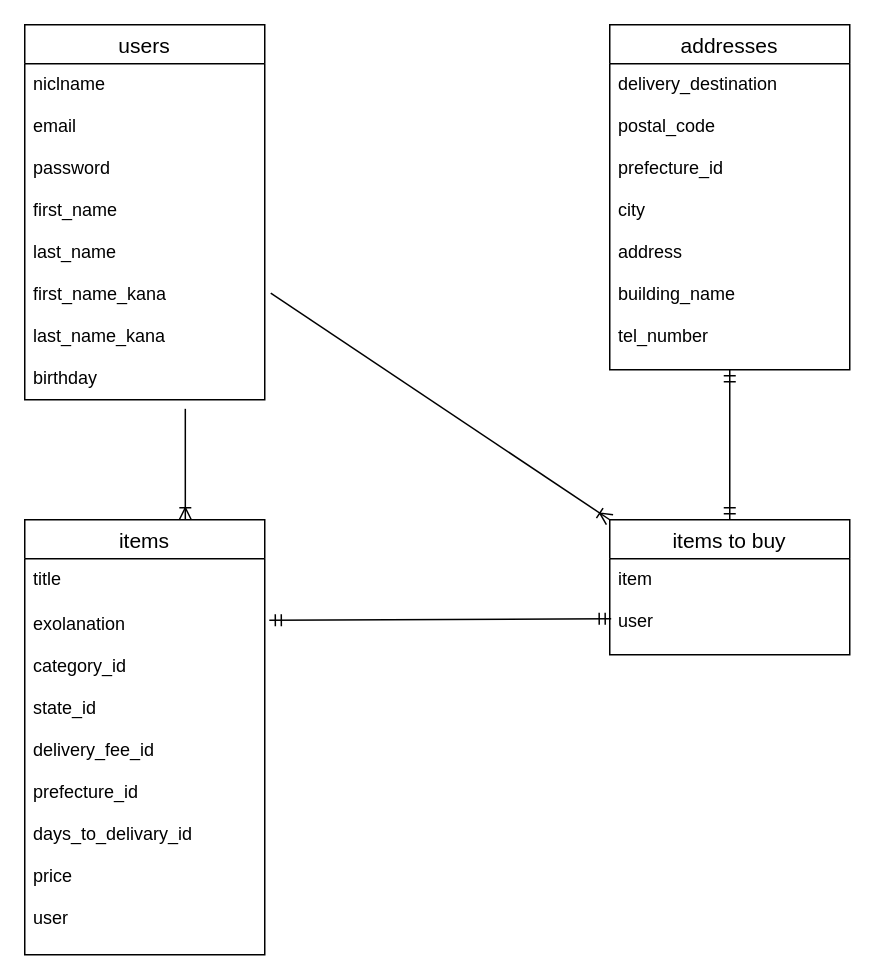
The draw.io diagram er.dio in kblock410/furima-32568, before the edit. Source tidied: cells renumbered, new cells numbered last; positions are measured from the earlier drawing's top-left corner, leaving out a move shared by most shapes. Both pictures are drawn from the tidied source at 150%, with x=0, y=0 at pixel (24, 24).
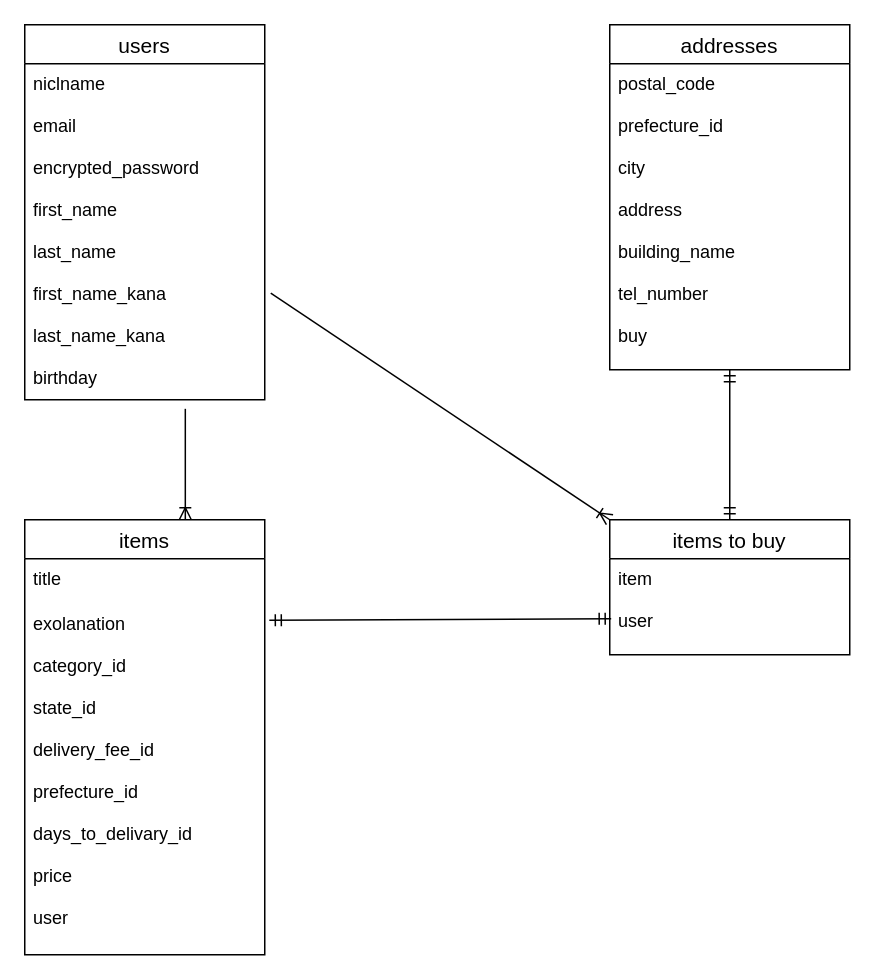
After the change.

Commit message (it also covers changes not shown here):
DB設計:修正２回目

Change to the diagram source:
```diff
@@
 <mxGraphModel>
   <root>
     <mxCell id="0" />
     <mxCell id="1" parent="0" />
     <mxCell id="2" value="users" style="swimlane;fontStyle=0;horizontal=1;startSize=26;align=center;fontSize=14;" parent="1" vertex="1">
       <mxGeometry width="160" height="250" as="geometry" />
     </mxCell>
-    <mxCell id="3" value="niclname&#10;&#10;email&#10;&#10;password&#10;&#10;first_name&#10;&#10;last_name&#10;&#10;first_name_kana&#10;&#10;last_name_kana&#10;&#10;birthday" style="text;strokeColor=none;fillColor=none;spacingLeft=4;spacingRight=4;overflow=hidden;points=[[0,0.5],[1,0.5]];portConstraint=eastwest;fontSize=12;" parent="2" vertex="1">
+    <mxCell id="3" value="niclname&#10;&#10;email&#10;&#10;encrypted_password&#10;&#10;first_name&#10;&#10;last_name&#10;&#10;first_name_kana&#10;&#10;last_name_kana&#10;&#10;birthday" style="text;strokeColor=none;fillColor=none;spacingLeft=4;spacingRight=4;overflow=hidden;points=[[0,0.5],[1,0.5]];portConstraint=eastwest;fontSize=12;" parent="2" vertex="1">
       <mxGeometry y="26" width="160" height="224" as="geometry" />
     </mxCell>
     <mxCell id="4" value="items" style="swimlane;fontStyle=0;horizontal=1;startSize=26;align=center;fontSize=14;" parent="1" vertex="1">
       <mxGeometry y="330" width="160" height="290" as="geometry" />
     </mxCell>
     <mxCell id="5" value="title&#10;&#10;" style="text;strokeColor=none;fillColor=none;spacingLeft=4;spacingRight=4;overflow=hidden;fontSize=12;" parent="4" vertex="1">
       <mxGeometry y="26" width="160" height="30" as="geometry" />
     </mxCell>
     <mxCell id="6" value="exolanation&#10;&#10;category_id&#10;&#10;state_id&#10;&#10;delivery_fee_id&#10;&#10;prefecture_id&#10;&#10;days_to_delivary_id&#10;&#10;price&#10;&#10;user" style="text;strokeColor=none;fillColor=none;spacingLeft=4;spacingRight=4;overflow=hidden;points=[[0,0.5],[1,0.5]];portConstraint=eastwest;fontSize=12;" parent="4" vertex="1">
       <mxGeometry y="56" width="160" height="234" as="geometry" />
     </mxCell>
     <mxCell id="7" value="addresses" style="swimlane;fontStyle=0;horizontal=1;startSize=26;align=center;fontSize=14;" parent="1" vertex="1">
       <mxGeometry x="390" width="160" height="230" as="geometry" />
     </mxCell>
-    <mxCell id="8" value="delivery_destination&#10;&#10;postal_code&#10;&#10;prefecture_id&#10;&#10;city&#10;&#10;address&#10;&#10;building_name&#10;&#10;tel_number&#10;&#10;" style="text;strokeColor=none;fillColor=none;spacingLeft=4;spacingRight=4;overflow=hidden;points=[[0,0.5],[1,0.5]];portConstraint=eastwest;fontSize=12;" parent="7" vertex="1">
+    <mxCell id="8" value="postal_code&#10;&#10;prefecture_id&#10;&#10;city&#10;&#10;address&#10;&#10;building_name&#10;&#10;tel_number&#10;&#10;buy&#10;&#10;" style="text;strokeColor=none;fillColor=none;spacingLeft=4;spacingRight=4;overflow=hidden;points=[[0,0.5],[1,0.5]];portConstraint=eastwest;fontSize=12;" parent="7" vertex="1">
       <mxGeometry y="26" width="160" height="204" as="geometry" />
     </mxCell>
     <mxCell id="9" value="items to buy" style="swimlane;fontStyle=0;horizontal=1;startSize=26;align=center;fontSize=14;" parent="1" vertex="1">
       <mxGeometry x="390" y="330" width="160" height="90" as="geometry" />
     </mxCell>
     <mxCell id="10" value="item&#10;&#10;user" style="text;strokeColor=none;fillColor=none;spacingLeft=4;spacingRight=4;overflow=hidden;points=[[0,0.5],[1,0.5]];portConstraint=eastwest;fontSize=12;" parent="9" vertex="1">
       <mxGeometry y="26" width="160" height="64" as="geometry" />
     </mxCell>
     <mxCell id="11" style="fontSize=12;html=1;endArrow=ERoneToMany;exitX=1.025;exitY=0.683;exitDx=0;exitDy=0;exitPerimeter=0;entryX=0;entryY=0;entryDx=0;entryDy=0;" parent="1" edge="1" source="3" target="9">
       <mxGeometry relative="1" as="geometry" />
     </mxCell>
     <mxCell id="12" style="fontSize=12;html=1;endArrow=ERmandOne;startArrow=ERmandOne;entryX=0.5;entryY=1;entryDx=0;entryDy=0;entryPerimeter=0;exitX=0.5;exitY=0;exitDx=0;exitDy=0;" parent="1" edge="1" source="9" target="8">
       <mxGeometry relative="1" as="geometry" />
     </mxCell>
     <mxCell id="13" style="fontSize=12;html=1;endArrow=ERoneToMany;exitX=0.669;exitY=1.027;exitDx=0;exitDy=0;exitPerimeter=0;entryX=0.669;entryY=0;entryDx=0;entryDy=0;entryPerimeter=0;" parent="1" edge="1" source="3" target="4">
       <mxGeometry relative="1" as="geometry" />
     </mxCell>
     <mxCell id="14" style="fontSize=12;html=1;endArrow=ERmandOne;startArrow=ERmandOne;exitX=1.019;exitY=0.047;exitDx=0;exitDy=0;exitPerimeter=0;entryX=0.006;entryY=0.625;entryDx=0;entryDy=0;entryPerimeter=0;" parent="1" edge="1" source="6" target="10">
       <mxGeometry relative="1" as="geometry" />
     </mxCell>
   </root>
 </mxGraphModel>
```
